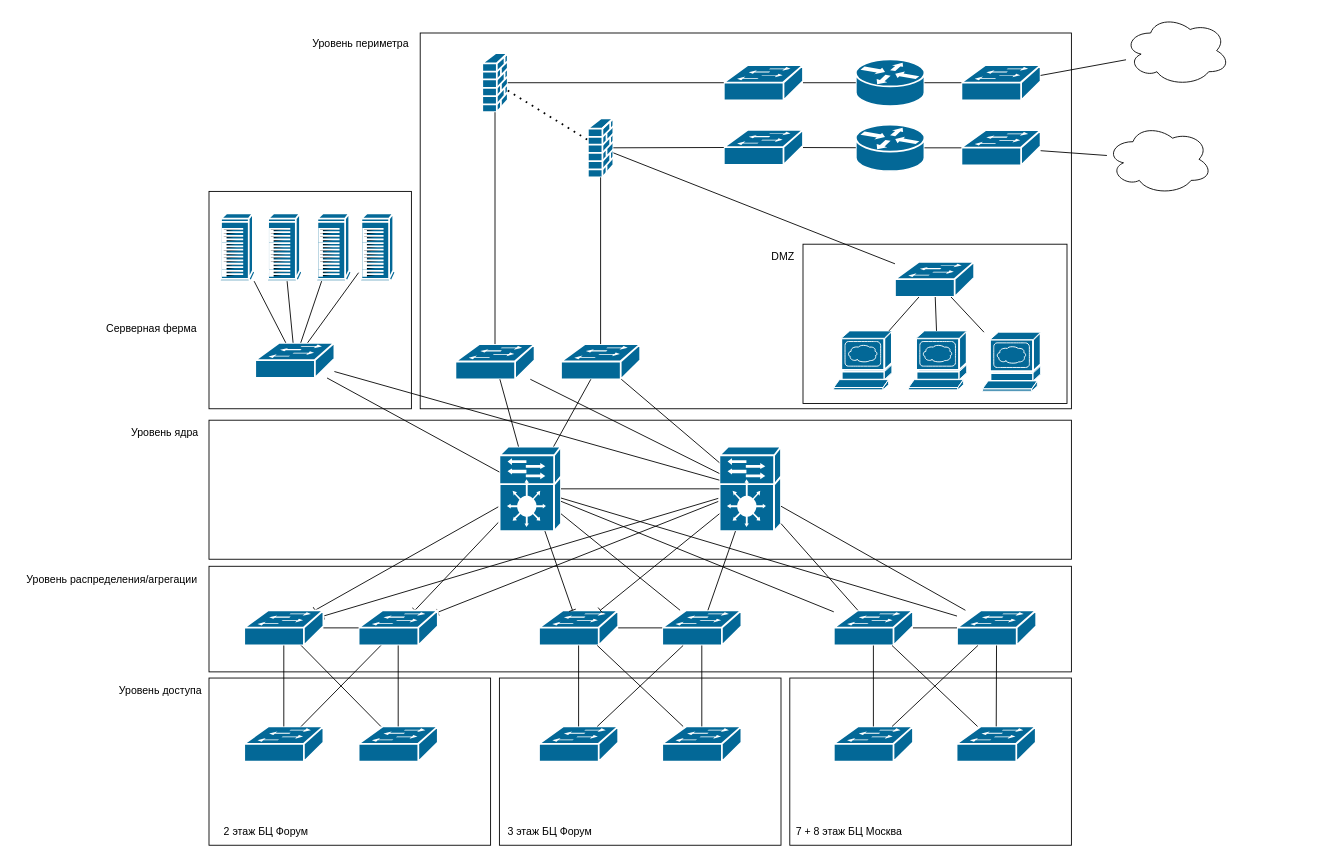
kronalf/arhitektura_lan keeps this draw.io diagram as Untitled Diagram.drawio. Above is the earlier version. Source tidied: cells renumbered, new cells numbered last; positions are measured from the earlier drawing's top-left corner, leaving out a move shared by most shapes. Both pictures are drawn from the tidied source at 88%, with x=0, y=0 at pixel (15, 15).
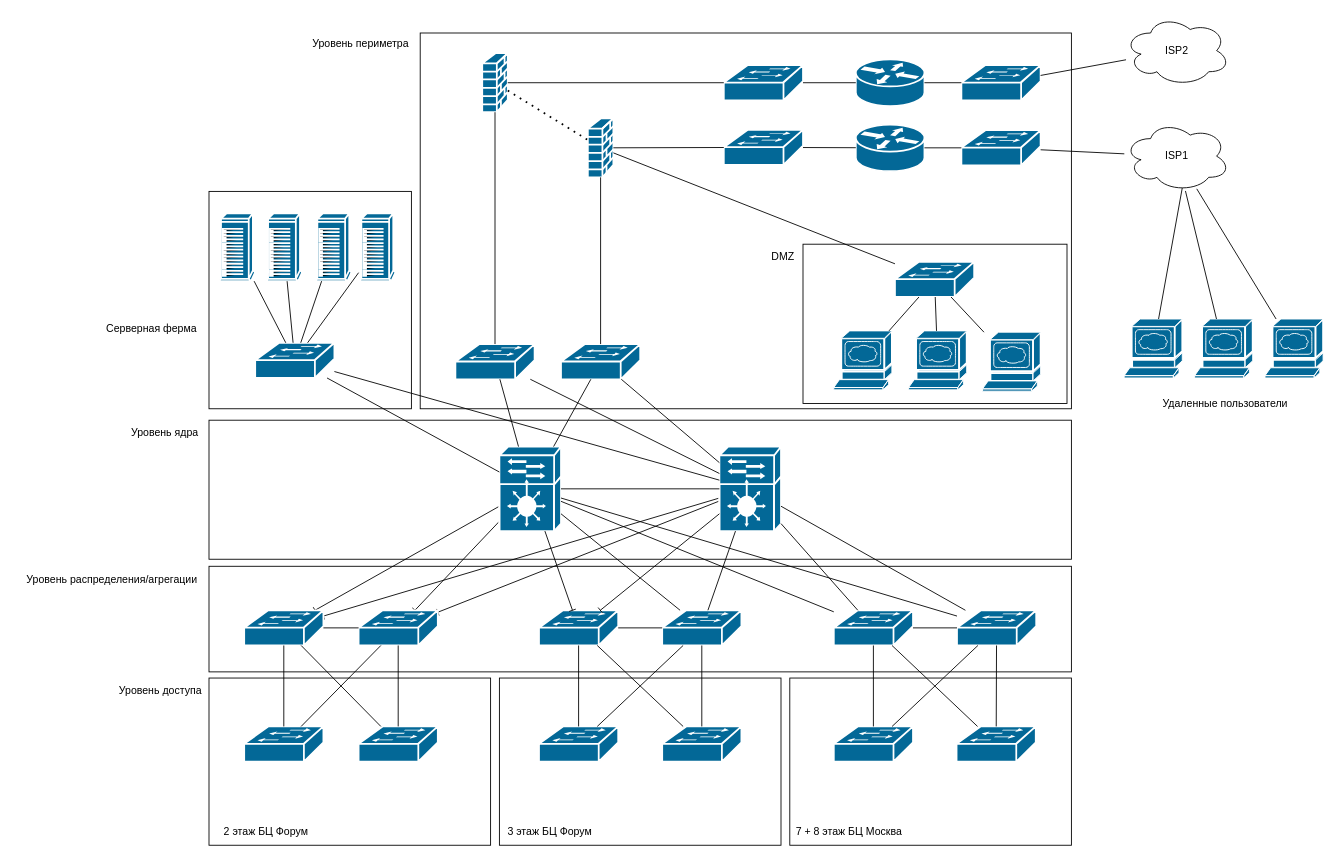
The same page after the edit.

The edit, as a diff of the source:
```diff
@@
-    <mxCell id="52" style="ellipse;shape=cloud;whiteSpace=wrap;html=1;" parent="1" vertex="1">
+    <mxCell id="52" value="ISP2" style="ellipse;shape=cloud;whiteSpace=wrap;html=1;" parent="1" vertex="1">
       <mxGeometry x="1260" width="120" height="80" as="geometry" />
     </mxCell>
-    <mxCell id="53" style="ellipse;shape=cloud;whiteSpace=wrap;html=1;" parent="1" vertex="1">
-      <mxGeometry x="1240" y="123.5" width="120" height="80" as="geometry" />
+    <mxCell id="53" value="ISP1" style="ellipse;shape=cloud;whiteSpace=wrap;html=1;" parent="1" vertex="1">
+      <mxGeometry x="1260" y="120" width="120" height="80" as="geometry" />
     </mxCell>
@@
+    <mxCell id="107" style="shape=mxgraph.cisco.servers.www_server;sketch=0;html=1;dashed=0;fillColor=#036897;strokeColor=#ffffff;strokeWidth=2;verticalLabelPosition=bottom;verticalAlign=top;align=center;outlineConnect=0;" parent="1" vertex="1">
+      <mxGeometry x="1420" y="345" width="66" height="67" as="geometry" />
+    </mxCell>
+    <mxCell id="108" style="shape=mxgraph.cisco.servers.www_server;sketch=0;html=1;dashed=0;fillColor=#036897;strokeColor=#ffffff;strokeWidth=2;verticalLabelPosition=bottom;verticalAlign=top;align=center;outlineConnect=0;" parent="1" vertex="1">
+      <mxGeometry x="1340" y="345" width="66" height="67" as="geometry" />
+    </mxCell>
+    <mxCell id="109" style="shape=mxgraph.cisco.servers.www_server;sketch=0;html=1;dashed=0;fillColor=#036897;strokeColor=#ffffff;strokeWidth=2;verticalLabelPosition=bottom;verticalAlign=top;align=center;outlineConnect=0;" parent="1" vertex="1">
+      <mxGeometry x="1260" y="345" width="66" height="67" as="geometry" />
+    </mxCell>
+    <mxCell id="110" value="Удаленные пользователи" style="text;html=1;strokeColor=none;fillColor=none;align=center;verticalAlign=middle;whiteSpace=wrap;rounded=0;" parent="1" vertex="1">
+      <mxGeometry x="1270" y="425.5" width="210" height="30" as="geometry" />
+    </mxCell>
+    <mxCell id="111" style="endArrow=none;html=1;rounded=0;entryX=0.55;entryY=0.95;entryDx=0;entryDy=0;entryPerimeter=0;" parent="1" edge="1" source="109" target="53">
+      <mxGeometry relative="1" as="geometry" />
+    </mxCell>
+    <mxCell id="112" style="endArrow=none;html=1;rounded=0;" parent="1" edge="1" source="108" target="53">
+      <mxGeometry relative="1" as="geometry" />
+    </mxCell>
+    <mxCell id="113" style="endArrow=none;html=1;rounded=0;" parent="1" edge="1" source="53" target="107">
+      <mxGeometry relative="1" as="geometry" />
+    </mxCell>
```
